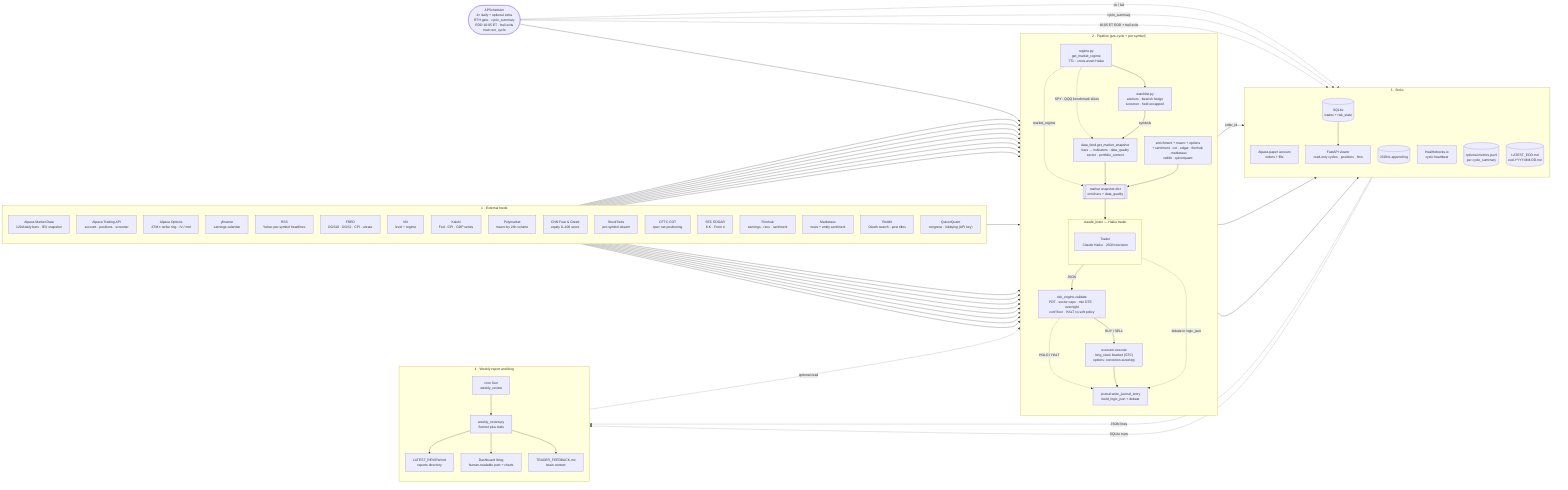
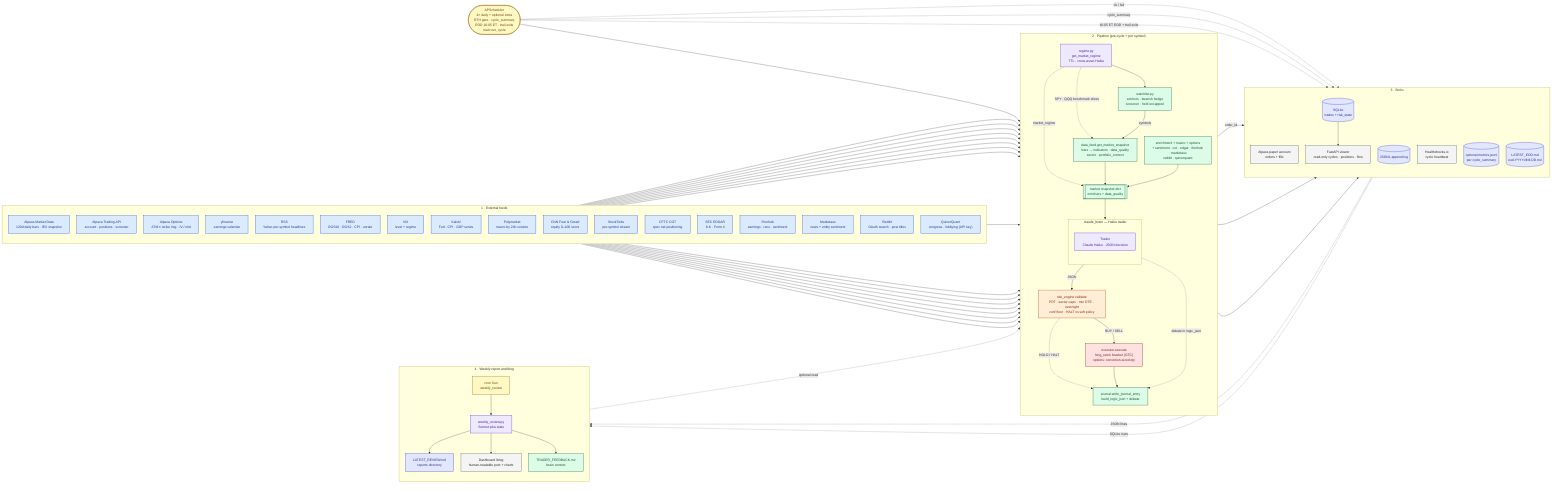
%%{init: {"flowchart": {"curve": "basis", "nodeSpacing": 28, "rankSpacing": 55}, "themeVariables": {"fontSize": "13px"}}}%%
flowchart LR
-   sched(["APScheduler<br/>4× daily + optional extra<br/>RTH gate · cycle_summary<br/>EOD 16:05 ET · trail exits<br/><i>main.run_cycle</i>"])
+   classDef src fill:#dbeafe,stroke:#1d4ed8,stroke-width:1.2px,color:#1e3a8a;
+   classDef proc fill:#dcfce7,stroke:#166534,stroke-width:1.2px,color:#14532d;
+   classDef brain fill:#ede9fe,stroke:#6d28d9,stroke-width:1.2px,color:#4c1d95;
+   classDef risk fill:#ffedd5,stroke:#c2410c,stroke-width:1.2px,color:#7c2d12;
+   classDef exec fill:#fee2e2,stroke:#991b1b,stroke-width:1.2px,color:#7f1d1d;
+   classDef store fill:#e0e7ff,stroke:#4338ca,stroke-width:1.2px,color:#312e81;
+   classDef sink fill:#f4f4f5,stroke:#52525b,stroke-width:1.2px,color:#27272a;
+   classDef sched fill:#fef9c3,stroke:#a16207,stroke-width:1.2px,color:#713f12;
+ 
+   sched(["APScheduler<br/>4× daily + optional extra<br/>RTH gate · cycle_summary<br/>EOD 16:05 ET · trail exits<br/><i>main.run_cycle</i>"]):::sched

  subgraph SRC["1 · External feeds"]
    direction TB
-     aMD["Alpaca Market Data<br/>120d daily bars · IEX snapshot"]
-     aTR["Alpaca Trading API<br/>account · positions · screener"]
-     aOPT["Alpaca Options<br/>ATM ± strike ring · IV / mid"]
-     yfin["yfinance<br/>earnings calendar"]
-     rss["RSS<br/>Yahoo per-symbol headlines"]
-     fred["FRED<br/>DGS10 · DGS2 · CPI · unrate"]
-     vix["VIX<br/>level + regime"]
-     kal["Kalshi<br/>Fed · CPI · GDP series"]
-     poly["Polymarket<br/>macro by 24h volume"]
-     cnnfg["CNN Fear &amp; Greed<br/>equity 0–100 score"]
-     stw["StockTwits<br/>per-symbol stream"]
-     cotF["CFTC COT<br/>spec net positioning"]
-     edgar["SEC EDGAR<br/>8-K · Form 4"]
-     fh["Finnhub<br/>earnings · recs · sentiment"]
-     mktx["Marketaux<br/>news + entity sentiment"]
-     rdd["Reddit<br/>OAuth search · post titles"]
-     qv["QuiverQuant<br/>congress · lobbying (API key)"]
+     aMD["Alpaca Market Data<br/>120d daily bars · IEX snapshot"]:::src
+     aTR["Alpaca Trading API<br/>account · positions · screener"]:::src
+     aOPT["Alpaca Options<br/>ATM ± strike ring · IV / mid"]:::src
+     yfin["yfinance<br/>earnings calendar"]:::src
+     rss["RSS<br/>Yahoo per-symbol headlines"]:::src
+     fred["FRED<br/>DGS10 · DGS2 · CPI · unrate"]:::src
+     vix["VIX<br/>level + regime"]:::src
+     kal["Kalshi<br/>Fed · CPI · GDP series"]:::src
+     poly["Polymarket<br/>macro by 24h volume"]:::src
+     cnnfg["CNN Fear &amp; Greed<br/>equity 0–100 score"]:::src
+     stw["StockTwits<br/>per-symbol stream"]:::src
+     cotF["CFTC COT<br/>spec net positioning"]:::src
+     edgar["SEC EDGAR<br/>8-K · Form 4"]:::src
+     fh["Finnhub<br/>earnings · recs · sentiment"]:::src
+     mktx["Marketaux<br/>news + entity sentiment"]:::src
+     rdd["Reddit<br/>OAuth search · post titles"]:::src
+     qv["QuiverQuant<br/>congress · lobbying (API key)"]:::src
  end

  subgraph PIPE["2 · Pipeline (pre-cycle + per symbol)"]
    direction TB
-     reg["regime.py<br/>get_market_regime<br/>TTL · cross-asset Haiku"]
-     wl["watchlist.py<br/>anchors · bearish hedge<br/>screener · held uncapped"]
-     feed["data_feed.get_market_snapshot<br/>bars → indicators · data_quality<br/>sector · portfolio_context"]
-     enr["enrichment + macro + options<br/>+ sentiment · cot · edgar · finnhub · marketaux<br/>reddit · quiverquant"]
-     snap[["market snapshot dict<br/>enrichers + data_quality"]]
+     reg["regime.py<br/>get_market_regime<br/>TTL · cross-asset Haiku"]:::brain
+     wl["watchlist.py<br/>anchors · bearish hedge<br/>screener · held uncapped"]:::proc
+     feed["data_feed.get_market_snapshot<br/>bars → indicators · data_quality<br/>sector · portfolio_context"]:::proc
+     enr["enrichment + macro + options<br/>+ sentiment · cot · edgar · finnhub · marketaux<br/>reddit · quiverquant"]:::proc
+     snap[["market snapshot dict<br/>enrichers + data_quality"]]:::proc
    subgraph BRN["claude_brain — Haiku trader"]
      direction TB
-       trd["Trader<br/>Claude Haiku · JSON decision"]
+       trd["Trader<br/>Claude Haiku · JSON decision"]:::brain
    end
-     risk["risk_engine.validate<br/>PDT · sector caps · min DTE · overnight<br/>conf floor · HALT vs soft policy"]
-     exe["executor.execute<br/>long_stock bracket (GTC)<br/>options: conviction-sized qty"]
-     journal["journal.write_journal_entry<br/>build_logic_json + debate"]
+     risk["risk_engine.validate<br/>PDT · sector caps · min DTE · overnight<br/>conf floor · HALT vs soft policy"]:::risk
+     exe["executor.execute<br/>long_stock bracket (GTC)<br/>options: conviction-sized qty"]:::exec
+     journal["journal.write_journal_entry<br/>build_logic_json + debate"]:::proc
  end

  subgraph SINK["3 · Sinks"]
    direction TB
-     alp["Alpaca paper account<br/>orders + fills"]
-     db[("SQLite<br/>trades + risk_state")]
-     jsl[("JSONL append log")]
-     web["FastAPI viewer<br/>read-only cycles · positions · flow"]
-     hc["Healthchecks.io<br/>cycle heartbeat"]
-     met[("optional metrics.jsonl<br/>per cycle_summary")]
-     eodMD[("LATEST_EOD.md<br/>eod-YYYY-MM-DD.md")]
+     alp["Alpaca paper account<br/>orders + fills"]:::sink
+     db[("SQLite<br/>trades + risk_state")]:::store
+     jsl[("JSONL append log")]:::store
+     web["FastAPI viewer<br/>read-only cycles · positions · flow"]:::sink
+     hc["Healthchecks.io<br/>cycle heartbeat"]:::sink
+     met[("optional metrics.jsonl<br/>per cycle_summary")]:::store
+     eodMD[("LATEST_EOD.md<br/>eod-YYYY-MM-DD.md")]:::store
  end

  sched --> reg
  reg --> wl
  reg -.->|market_regime| snap
  reg -.->|SPY · QQQ benchmark slices| feed
  wl -->|symbols| feed
  aMD --> feed
  aTR --> feed
  aOPT --> enr
  yfin --> enr
  rss --> enr
  fred --> enr
  vix --> enr
  kal --> enr
  poly --> enr
  cnnfg --> enr
  stw --> enr
  cotF --> enr
  edgar --> enr
  fh --> enr
  mktx --> enr
  rdd --> enr
  qv --> enr
  feed --> snap
  enr --> snap
  snap --> trd
  trd -->|JSON| risk
  risk -->|BUY / SELL| exe
  risk -.->|HOLD / HALT| journal
  exe -->|order_id| alp
  exe --> journal
  trd -.->|debate in logic_json| journal
  journal --> db
  journal --> jsl
  db --> web
  sched -.->|ok / fail| hc
  sched -.->|cycle_summary| met
  sched -.->|16:05 ET EOD + trail exits| eodMD

  subgraph WKY["4 · Weekly report and blog"]
    direction TB
-     crSun["cron Sun<br/>weekly_review"]
-     wrpy["weekly_review.py<br/>Sonnet plus stats"]
-     mdLatest["LATEST_REVIEW.md<br/>reports directory"]
-     blogUI["Dashboard /blog<br/>human-readable post + charts"]
-     fbmd["TRADER_FEEDBACK.md<br/>brain context"]
+     crSun["cron Sun<br/>weekly_review"]:::sched
+     wrpy["weekly_review.py<br/>Sonnet plus stats"]:::brain
+     mdLatest["LATEST_REVIEW.md<br/>reports directory"]:::store
+     blogUI["Dashboard /blog<br/>human-readable post + charts"]:::sink
+     fbmd["TRADER_FEEDBACK.md<br/>brain context"]:::proc
    crSun --> wrpy --> mdLatest
    wrpy --> blogUI
    wrpy --> fbmd
  end
  jsl -.->|JSON lines| wrpy
  db -.->|SQLite rows| wrpy
  fbmd -.->|optional read| trd
